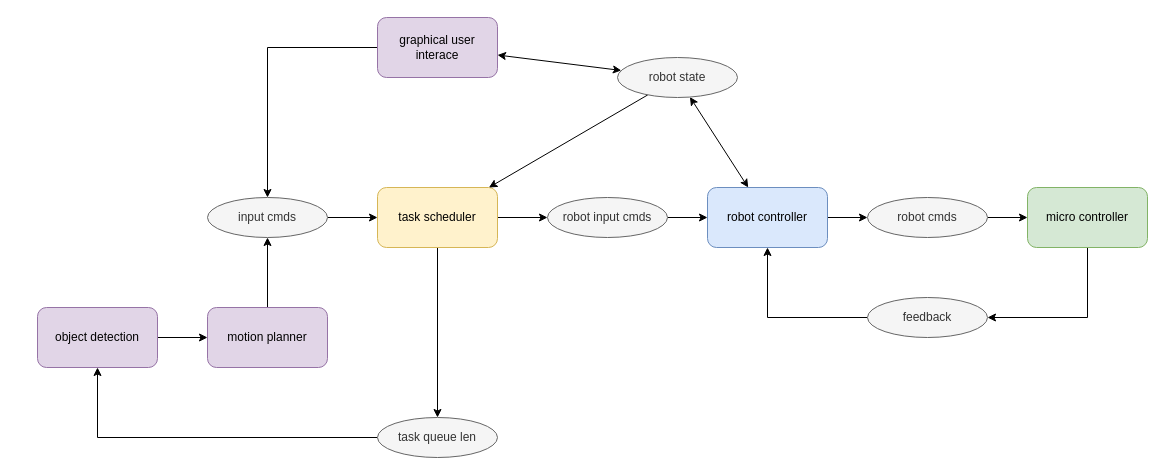
Earlier version of the draw.io diagram docs/nodes_diagram.drawio (itacarobotics/Metis). Source tidied: cells renumbered, new cells numbered last; positions are measured from the earlier drawing's top-left corner, leaving out a move shared by most shapes. Both pictures are drawn from the tidied source at 100%, with x=0, y=0 at pixel (37, 17).
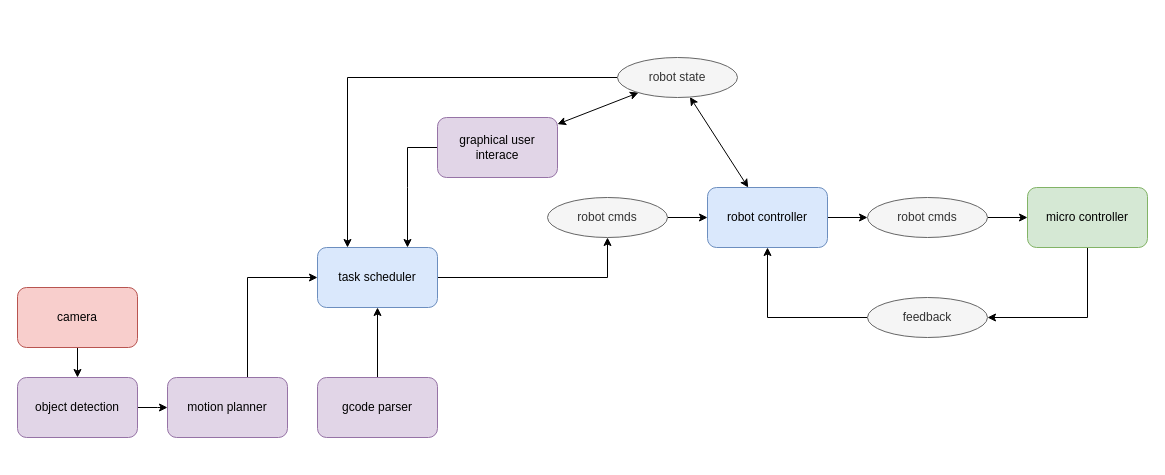
After the change.

Unchanged cells that the change refers to:
```xml
<mxCell id="20" value="robot state" style="ellipse;whiteSpace=wrap;html=1;fillColor=#f5f5f5;strokeColor=#666666;fontColor=#333333;" parent="1" vertex="1">
  <mxGeometry x="580" y="40" width="120" height="40" as="geometry" />
</mxCell>
```

What changed in the source:
```diff
@@
-    <mxCell id="7" style="edgeStyle=orthogonalEdgeStyle;rounded=0;jettySize=auto;html=1;" parent="1" edge="1" source="8" target="26">
-      <mxGeometry relative="1" as="geometry" />
-    </mxCell>
+    <mxCell id="29" style="edgeStyle=orthogonalEdgeStyle;rounded=0;jettySize=auto;html=1;" parent="1" edge="1" source="8" target="11">
+      <mxGeometry relative="1" as="geometry">
+        <Array as="points">
+          <mxPoint x="370" y="170" />
+          <mxPoint x="370" y="170" />
+        </Array>
+      </mxGeometry>
+    </mxCell>
     <mxCell id="8" value="graphical user interace" style="rounded=1;whiteSpace=wrap;html=1;fillColor=#e1d5e7;strokeColor=#9673a6;" parent="1" vertex="1">
-      <mxGeometry x="340" width="120" height="60" as="geometry" />
+      <mxGeometry x="400" y="100" width="120" height="60" as="geometry" />
     </mxCell>
-    <mxCell id="9" style="edgeStyle=orthogonalEdgeStyle;rounded=0;jettySize=auto;html=1;" parent="1" edge="1" source="11" target="13">
+    <mxCell id="9" style="edgeStyle=orthogonalEdgeStyle;rounded=0;jettySize=auto;html=1;entryX=0.5;entryY=1;entryDx=0;entryDy=0;" parent="1" edge="1" source="11" target="13">
       <mxGeometry relative="1" as="geometry" />
     </mxCell>
-    <mxCell id="10" style="rounded=0;jettySize=auto;html=1;edgeStyle=orthogonalEdgeStyle;" parent="1" edge="1" source="11" target="28">
-      <mxGeometry relative="1" as="geometry" />
-    </mxCell>
-    <mxCell id="11" value="task scheduler" style="rounded=1;whiteSpace=wrap;html=1;fillColor=#fff2cc;strokeColor=#d6b656;" parent="1" vertex="1">
-      <mxGeometry x="340" y="170" width="120" height="60" as="geometry" />
+    <mxCell id="11" value="task scheduler" style="rounded=1;whiteSpace=wrap;html=1;fillColor=#dae8fc;strokeColor=#6c8ebf;" parent="1" vertex="1">
+      <mxGeometry x="280" y="230" width="120" height="60" as="geometry" />
     </mxCell>
@@
-    <mxCell id="13" value="robot input cmds" style="ellipse;whiteSpace=wrap;html=1;fillColor=#f5f5f5;strokeColor=#666666;fontColor=#333333;" parent="1" vertex="1">
+    <mxCell id="13" value="robot cmds" style="ellipse;whiteSpace=wrap;html=1;fillColor=#f5f5f5;strokeColor=#666666;fontColor=#333333;" parent="1" vertex="1">
       <mxGeometry x="510" y="180" width="120" height="40" as="geometry" />
     </mxCell>
@@
+    <mxCell id="19" style="edgeStyle=orthogonalEdgeStyle;rounded=0;jettySize=auto;html=1;" parent="1" edge="1" source="20" target="11">
+      <mxGeometry relative="1" as="geometry">
+        <Array as="points">
+          <mxPoint x="310" y="60" />
+        </Array>
+      </mxGeometry>
+    </mxCell>
@@
-    <mxCell id="19" style="rounded=0;jettySize=auto;html=1;" parent="1" edge="1" source="20" target="11">
-      <mxGeometry relative="1" as="geometry" />
-    </mxCell>
@@
-    <mxCell id="21" style="edgeStyle=orthogonalEdgeStyle;rounded=0;jettySize=auto;html=1;" parent="1" edge="1" source="22" target="26">
-      <mxGeometry relative="1" as="geometry" />
-    </mxCell>
+    <mxCell id="30" style="edgeStyle=orthogonalEdgeStyle;rounded=0;jettySize=auto;html=1;" parent="1" edge="1" source="31" target="11">
+      <mxGeometry relative="1" as="geometry" />
+    </mxCell>
+    <mxCell id="31" value="gcode parser" style="rounded=1;whiteSpace=wrap;html=1;fillColor=#e1d5e7;strokeColor=#9673a6;" parent="1" vertex="1">
+      <mxGeometry x="280" y="360" width="120" height="60" as="geometry" />
+    </mxCell>
+    <mxCell id="32" style="edgeStyle=orthogonalEdgeStyle;rounded=0;jettySize=auto;html=1;entryX=0;entryY=0.5;entryDx=0;entryDy=0;" parent="1" edge="1" source="22" target="11">
+      <mxGeometry relative="1" as="geometry">
+        <Array as="points">
+          <mxPoint x="210" y="260" />
+        </Array>
+      </mxGeometry>
+    </mxCell>
     <mxCell id="22" value="motion planner" style="rounded=1;whiteSpace=wrap;html=1;fillColor=#e1d5e7;strokeColor=#9673a6;" parent="1" vertex="1">
-      <mxGeometry x="170" y="290" width="120" height="60" as="geometry" />
+      <mxGeometry x="130" y="360" width="120" height="60" as="geometry" />
     </mxCell>
+    <mxCell id="33" style="edgeStyle=orthogonalEdgeStyle;rounded=0;jettySize=auto;html=1;" parent="1" edge="1" source="34" target="24">
+      <mxGeometry relative="1" as="geometry" />
+    </mxCell>
+    <mxCell id="34" value="camera" style="rounded=1;whiteSpace=wrap;html=1;fillColor=#f8cecc;strokeColor=#b85450;" parent="1" vertex="1">
+      <mxGeometry x="-20" y="270" width="120" height="60" as="geometry" />
+    </mxCell>
     <mxCell id="23" style="edgeStyle=orthogonalEdgeStyle;rounded=0;jettySize=auto;html=1;" parent="1" edge="1" source="24" target="22">
-      <mxGeometry relative="1" as="geometry" />
+      <mxGeometry relative="1" as="geometry">
+        <Array as="points">
+          <mxPoint x="120" y="390" />
+          <mxPoint x="120" y="390" />
+        </Array>
+      </mxGeometry>
     </mxCell>
     <mxCell id="24" value="object detection" style="rounded=1;whiteSpace=wrap;html=1;fillColor=#e1d5e7;strokeColor=#9673a6;" parent="1" vertex="1">
-      <mxGeometry y="290" width="120" height="60" as="geometry" />
+      <mxGeometry x="-20" y="360" width="120" height="60" as="geometry" />
     </mxCell>
-    <mxCell id="25" style="edgeStyle=orthogonalEdgeStyle;rounded=0;jettySize=auto;html=1;" parent="1" edge="1" source="26" target="11">
-      <mxGeometry relative="1" as="geometry" />
-    </mxCell>
-    <mxCell id="26" value="input cmds" style="ellipse;whiteSpace=wrap;html=1;fillColor=#f5f5f5;strokeColor=#666666;fontColor=#333333;" parent="1" vertex="1">
-      <mxGeometry x="170" y="180" width="120" height="40" as="geometry" />
-    </mxCell>
-    <mxCell id="27" style="edgeStyle=orthogonalEdgeStyle;rounded=0;jettySize=auto;html=1;" parent="1" edge="1" source="28" target="24">
-      <mxGeometry relative="1" as="geometry" />
-    </mxCell>
-    <mxCell id="28" value="task queue len" style="ellipse;whiteSpace=wrap;html=1;fillColor=#f5f5f5;strokeColor=#666666;fontColor=#333333;" parent="1" vertex="1">
-      <mxGeometry x="340" y="400" width="120" height="40" as="geometry" />
-    </mxCell>
```
